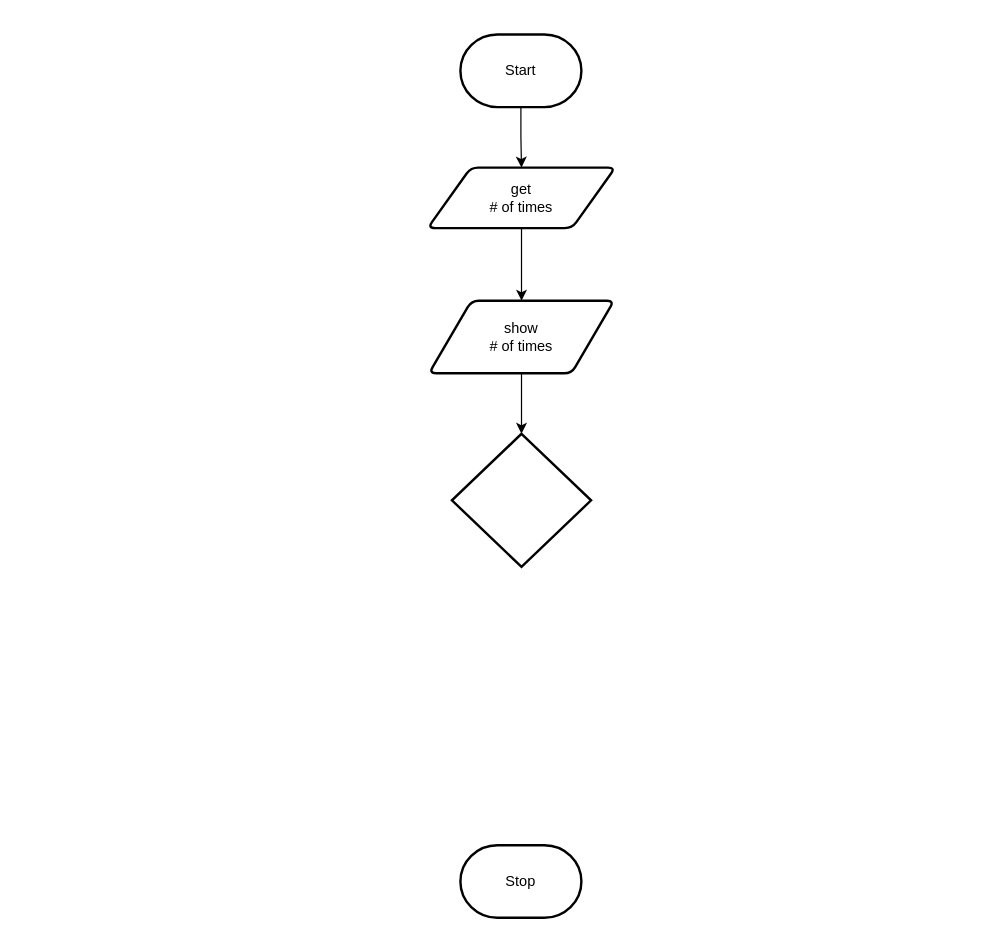
This is design/flowchart.drawio from MTHS-ICS2O-2-2022/ICS2O-Final-Project-Group16, a draw.io file, before an edit. Source tidied: cells renumbered, new cells numbered last; positions are measured from the earlier drawing's top-left corner, leaving out a move shared by most shapes. Both pictures are drawn from the tidied source at 121%, with x=0, y=0 at pixel (427, 34).
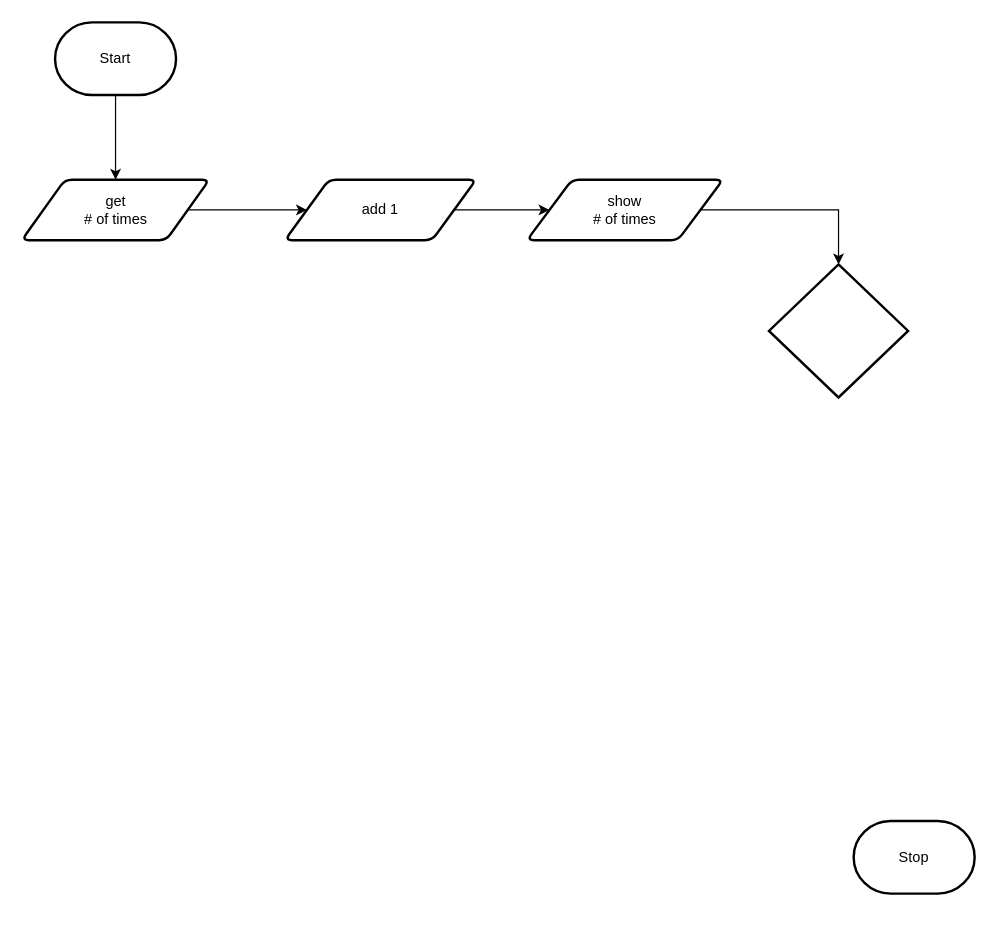
Above is the later version.

Change to the diagram source:
```diff
@@
 <mxGraphModel>
   <root>
     <mxCell id="0" />
     <mxCell id="1" parent="0" />
     <mxCell id="2" style="edgeStyle=orthogonalEdgeStyle;html=1;strokeColor=none;rounded=0;" parent="1" edge="1" source="4" target="7">
       <mxGeometry relative="1" as="geometry" />
     </mxCell>
     <mxCell id="3" style="edgeStyle=orthogonalEdgeStyle;shape=connector;rounded=0;html=1;entryX=0.5;entryY=0;entryDx=0;entryDy=0;labelBackgroundColor=default;strokeColor=default;fontFamily=Helvetica;fontSize=11;fontColor=default;endArrow=classic;" parent="1" edge="1" source="4" target="7">
       <mxGeometry relative="1" as="geometry" />
     </mxCell>
     <mxCell id="4" value="Start" style="strokeWidth=2;html=1;shape=mxgraph.flowchart.terminator;whiteSpace=wrap;" parent="1" vertex="1">
-      <mxGeometry x="27" width="100" height="60" as="geometry" />
+      <mxGeometry x="-308" y="-10" width="100" height="60" as="geometry" />
     </mxCell>
     <mxCell id="5" value="Stop" style="strokeWidth=2;html=1;shape=mxgraph.flowchart.terminator;whiteSpace=wrap;" parent="1" vertex="1">
-      <mxGeometry x="27" y="670" width="100" height="60" as="geometry" />
+      <mxGeometry x="352" y="650" width="100" height="60" as="geometry" />
     </mxCell>
-    <mxCell id="6" style="edgeStyle=orthogonalEdgeStyle;html=1;entryX=0.5;entryY=0;entryDx=0;entryDy=0;rounded=0;" parent="1" edge="1" source="7" target="9">
-      <mxGeometry relative="1" as="geometry" />
-    </mxCell>
+    <mxCell id="11" style="edgeStyle=orthogonalEdgeStyle;html=1;rounded=0;" parent="1" edge="1" source="7" target="13">
+      <mxGeometry relative="1" as="geometry" />
+    </mxCell>
     <mxCell id="7" value="get&lt;br&gt;# of times" style="shape=parallelogram;html=1;strokeWidth=2;perimeter=parallelogramPerimeter;whiteSpace=wrap;rounded=1;arcSize=12;size=0.23;" parent="1" vertex="1">
-      <mxGeometry y="110" width="155" height="50" as="geometry" />
+      <mxGeometry x="-335.5" y="120" width="155" height="50" as="geometry" />
     </mxCell>
     <mxCell id="8" style="edgeStyle=orthogonalEdgeStyle;html=1;rounded=0;" parent="1" edge="1" source="9" target="10">
       <mxGeometry relative="1" as="geometry" />
     </mxCell>
     <mxCell id="9" value="&lt;span style=&quot;font-size: 12px;&quot;&gt;show&lt;/span&gt;&lt;br style=&quot;font-size: 12px;&quot;&gt;&lt;span style=&quot;font-size: 12px;&quot;&gt;# of times&lt;/span&gt;" style="shape=parallelogram;html=1;strokeWidth=2;perimeter=parallelogramPerimeter;whiteSpace=wrap;rounded=1;arcSize=12;size=0.23;fontFamily=Helvetica;fontSize=11;fontColor=default;" parent="1" vertex="1">
-      <mxGeometry x="1" y="220" width="153" height="60" as="geometry" />
+      <mxGeometry x="82" y="120" width="162" height="50" as="geometry" />
     </mxCell>
     <mxCell id="10" style="strokeWidth=2;html=1;shape=mxgraph.flowchart.decision;whiteSpace=wrap;" parent="1" vertex="1">
-      <mxGeometry x="20" y="330" width="115" height="110" as="geometry" />
+      <mxGeometry x="282" y="190" width="115" height="110" as="geometry" />
     </mxCell>
+    <mxCell id="12" style="edgeStyle=orthogonalEdgeStyle;html=1;rounded=0;" parent="1" edge="1" source="13" target="9">
+      <mxGeometry relative="1" as="geometry" />
+    </mxCell>
+    <mxCell id="13" value="add 1" style="shape=parallelogram;html=1;strokeWidth=2;perimeter=parallelogramPerimeter;whiteSpace=wrap;rounded=1;arcSize=12;size=0.23;" parent="1" vertex="1">
+      <mxGeometry x="-118" y="120" width="158" height="50" as="geometry" />
+    </mxCell>
   </root>
 </mxGraphModel>
```
